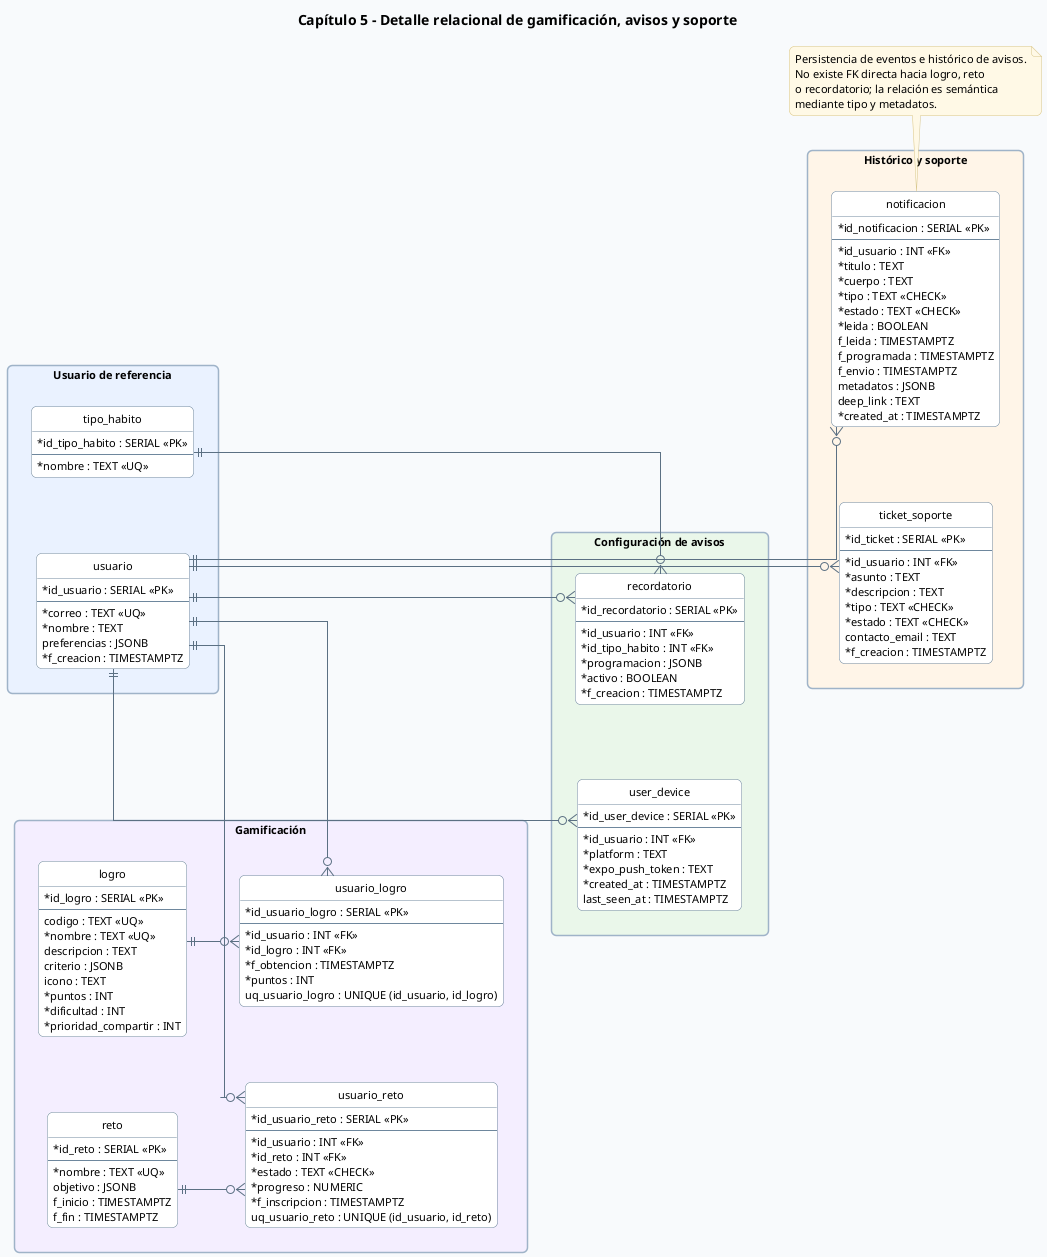
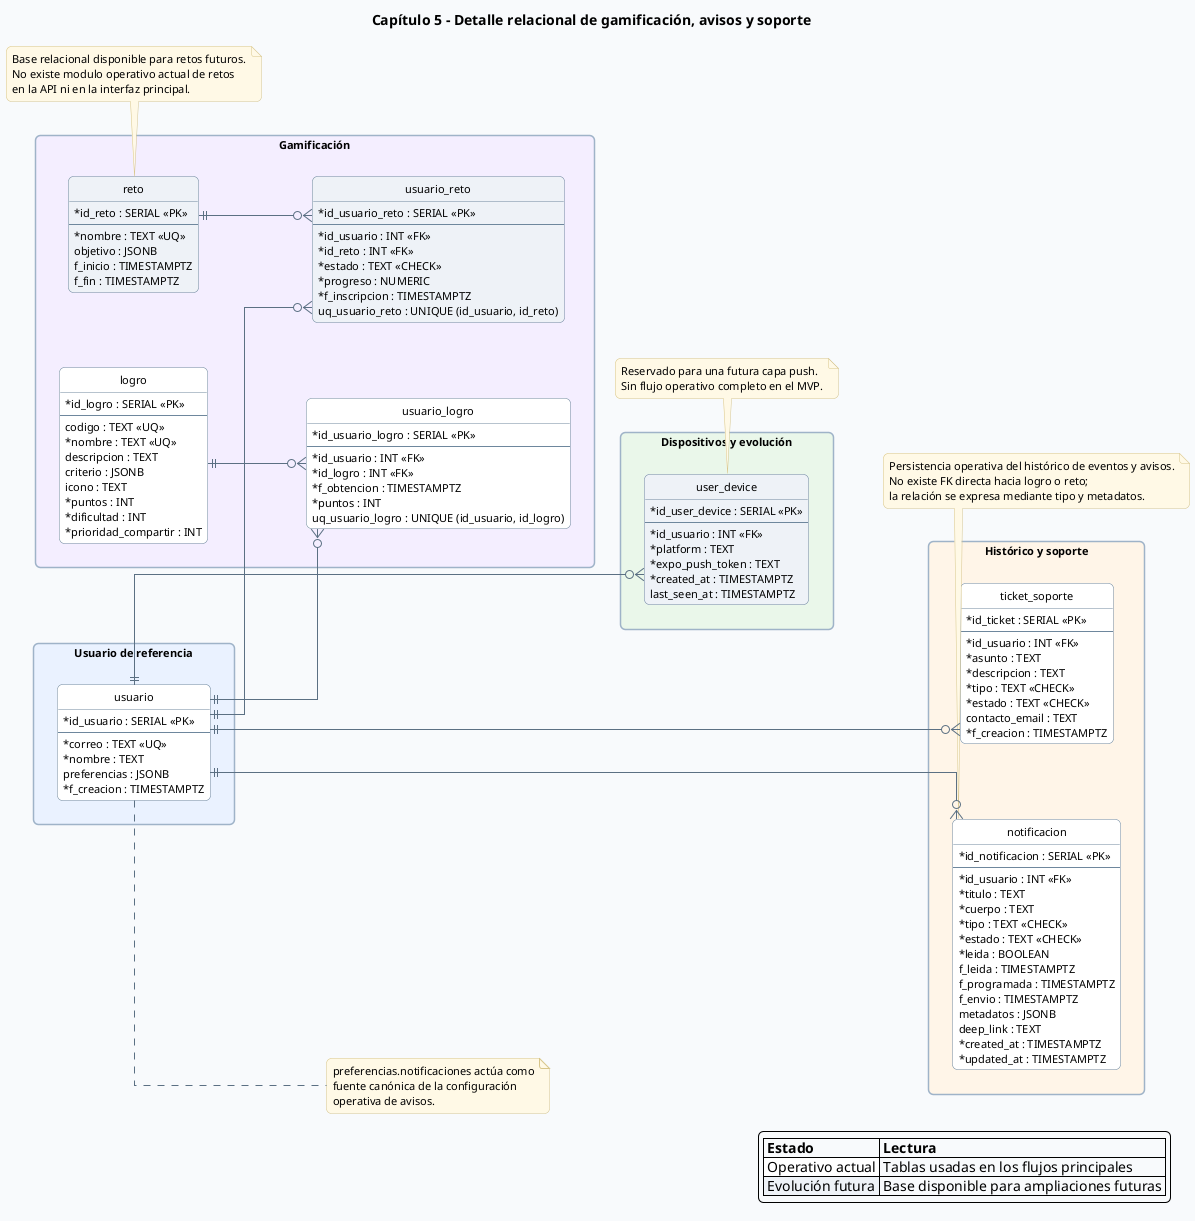
@startuml
hide circle
hide methods
hide stereotypes

skinparam backgroundColor #F8FAFC
skinparam shadowing false
skinparam roundcorner 10
skinparam defaultFontName Segoe UI
skinparam defaultFontSize 11
skinparam ArrowColor #5B7083
skinparam ArrowThickness 1
skinparam packageStyle rectangle
skinparam packageBorderColor #9FB3C8
skinparam classBackgroundColor #FFFFFF
skinparam classBorderColor #6E879D
skinparam noteBackgroundColor #FFF9E6
skinparam noteBorderColor #D7C58A
skinparam classAttributeIconSize 0
skinparam linetype ortho
skinparam nodesep 75
skinparam ranksep 45

title Capítulo 5 - Detalle relacional de gamificación, avisos y soporte

left to right direction

+ legend right
+ |= Estado |= Lectura |
+ |<#FFFFFF> Operativo actual | Tablas usadas en los flujos principales |
+ |<#EEF2F7> Evolución futura | Base disponible para ampliaciones futuras |
+ endlegend
+ 
package "Usuario de referencia" #EAF2FF {
  together {
    entity "usuario" as usuario {
      * id_usuario : SERIAL <<PK>>
      --
      * correo : TEXT <<UQ>>
      * nombre : TEXT
      preferencias : JSONB
      * f_creacion : TIMESTAMPTZ
    }

-     entity "tipo_habito" as tipo_habito {
-       * id_tipo_habito : SERIAL <<PK>>
-       --
-       * nombre : TEXT <<UQ>>
-     }
  }
}
+ 
+ note right of usuario
+ preferencias.notificaciones actúa como
+ fuente canónica de la configuración
+ operativa de avisos.
+ end note

package "Gamificación" #F4EEFF {
  together {
    entity "logro" as logro {
      * id_logro : SERIAL <<PK>>
      --
      codigo : TEXT <<UQ>>
      * nombre : TEXT <<UQ>>
      descripcion : TEXT
      criterio : JSONB
      icono : TEXT
      * puntos : INT
      * dificultad : INT
      * prioridad_compartir : INT
    }

    entity "usuario_logro" as usuario_logro {
      * id_usuario_logro : SERIAL <<PK>>
      --
      * id_usuario : INT <<FK>>
      * id_logro : INT <<FK>>
      * f_obtencion : TIMESTAMPTZ
      * puntos : INT
      uq_usuario_logro : UNIQUE (id_usuario, id_logro)
    }

-     entity "reto" as reto {
+     entity "reto" as reto #EEF2F7 {
      * id_reto : SERIAL <<PK>>
      --
      * nombre : TEXT <<UQ>>
      objetivo : JSONB
      f_inicio : TIMESTAMPTZ
      f_fin : TIMESTAMPTZ
    }

-     entity "usuario_reto" as usuario_reto {
+     entity "usuario_reto" as usuario_reto #EEF2F7 {
      * id_usuario_reto : SERIAL <<PK>>
      --
      * id_usuario : INT <<FK>>
      * id_reto : INT <<FK>>
      * estado : TEXT <<CHECK>>
      * progreso : NUMERIC
      * f_inscripcion : TIMESTAMPTZ
      uq_usuario_reto : UNIQUE (id_usuario, id_reto)
    }
  }
}

- package "Configuración de avisos" #EAF7EA {
+ note bottom of reto
+ Base relacional disponible para retos futuros.
+ No existe modulo operativo actual de retos
+ en la API ni en la interfaz principal.
+ end note
+ 
+ package "Dispositivos y evolución" #EAF7EA {
  together {
-     entity "recordatorio" as recordatorio {
-       * id_recordatorio : SERIAL <<PK>>
-       --
-       * id_usuario : INT <<FK>>
-       * id_tipo_habito : INT <<FK>>
-       * programacion : JSONB
-       * activo : BOOLEAN
-       * f_creacion : TIMESTAMPTZ
-     }
- 
-     entity "user_device" as user_device {
+     entity "user_device" as user_device #EEF2F7 {
      * id_user_device : SERIAL <<PK>>
      --
      * id_usuario : INT <<FK>>
      * platform : TEXT
      * expo_push_token : TEXT
      * created_at : TIMESTAMPTZ
      last_seen_at : TIMESTAMPTZ
    }
  }
}
+ 
+ note bottom of user_device
+ Reservado para una futura capa push.
+ Sin flujo operativo completo en el MVP.
+ end note

package "Histórico y soporte" #FFF5E8 {
  together {
    entity "notificacion" as notificacion {
      * id_notificacion : SERIAL <<PK>>
      --
      * id_usuario : INT <<FK>>
      * titulo : TEXT
      * cuerpo : TEXT
      * tipo : TEXT <<CHECK>>
      * estado : TEXT <<CHECK>>
      * leida : BOOLEAN
      f_leida : TIMESTAMPTZ
      f_programada : TIMESTAMPTZ
      f_envio : TIMESTAMPTZ
      metadatos : JSONB
      deep_link : TEXT
      * created_at : TIMESTAMPTZ
+       * updated_at : TIMESTAMPTZ
    }

    entity "ticket_soporte" as ticket_soporte {
      * id_ticket : SERIAL <<PK>>
      --
      * id_usuario : INT <<FK>>
      * asunto : TEXT
      * descripcion : TEXT
      * tipo : TEXT <<CHECK>>
      * estado : TEXT <<CHECK>>
      contacto_email : TEXT
      * f_creacion : TIMESTAMPTZ
    }
  }
}

+ note bottom of notificacion
+ Persistencia operativa del histórico de eventos y avisos.
+ No existe FK directa hacia logro o reto;
+ la relación se expresa mediante tipo y metadatos.
+ end note
+ 
usuario ||--o{ usuario_logro
logro ||--o{ usuario_logro
usuario ||--o{ usuario_reto
reto ||--o{ usuario_reto
- usuario ||--o{ recordatorio
- tipo_habito ||--o{ recordatorio
usuario ||--o{ user_device
usuario ||--o{ notificacion
usuario ||--o{ ticket_soporte

- usuario_logro -[hidden]-> recordatorio
+ usuario_logro -[hidden]-> user_device
reto -[hidden]-> user_device
- recordatorio -[hidden]-> ticket_soporte
- 
- note bottom of notificacion
- Persistencia de eventos e histórico de avisos.
- No existe FK directa hacia logro, reto
- o recordatorio; la relación es semántica
- mediante tipo y metadatos.
- end note
+ user_device -[hidden]-> ticket_soporte

@enduml
